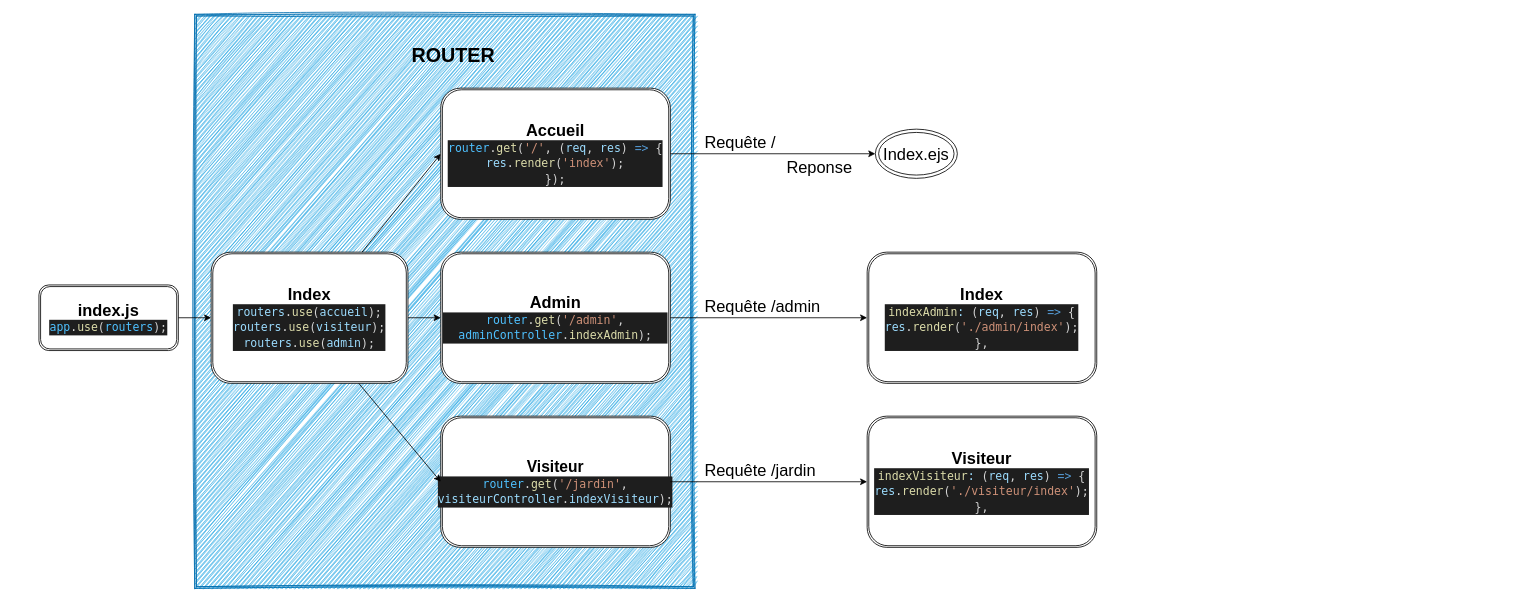
The draw.io diagram SCHEMA/ROUTES.drawio in Loic-Dubrion/jardin, before the edit. Source tidied: cells renumbered, new cells numbered last; positions are measured from the earlier drawing's top-left corner, leaving out a move shared by most shapes. Both pictures are drawn from the tidied source at 82%, with x=0, y=0 at pixel (39, 14).
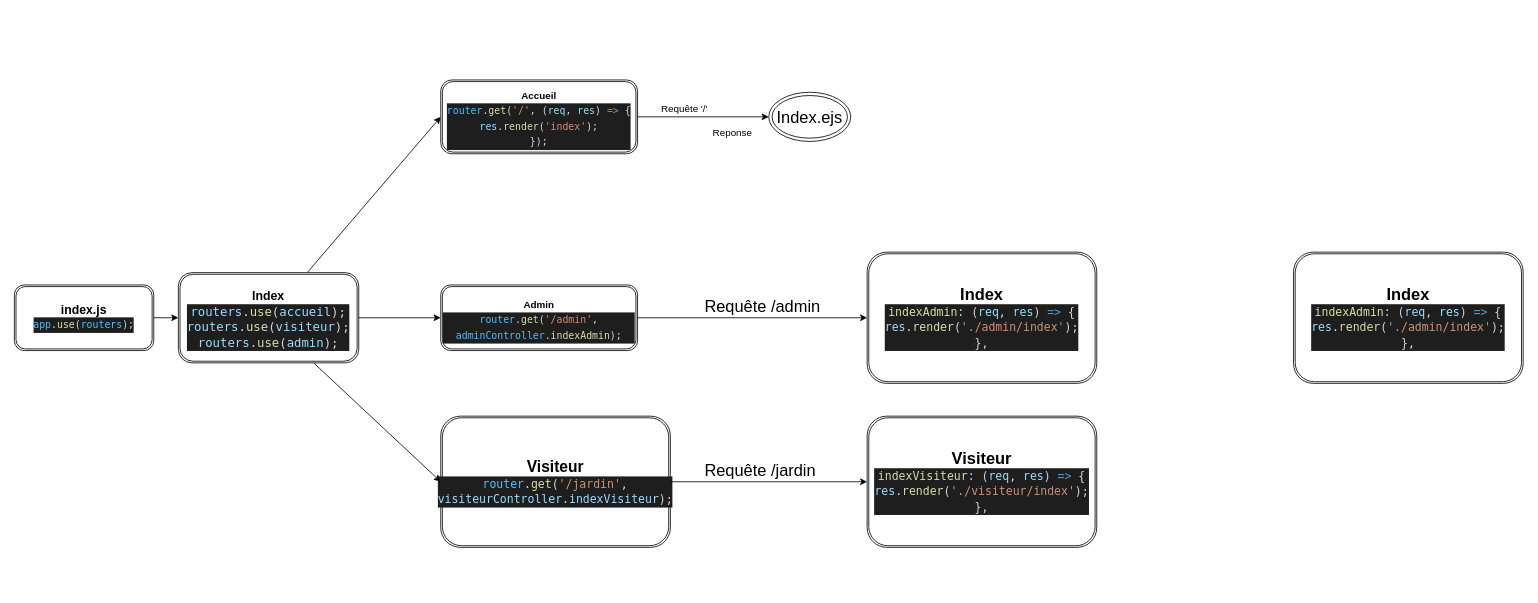
The same diagram, later.

Commit message (it also covers changes not shown here):
premières routes

What changed in the source:
```diff
@@
-    <mxCell id="2" style="shape=ext;double=1;rounded=0;whiteSpace=wrap;html=1;fontSize=19;fillColor=#1ba1e2;fontColor=#ffffff;strokeColor=#006EAF;sketch=1;curveFitting=1;jiggle=2;shadow=0;" parent="1" vertex="1">
-      <mxGeometry x="190" width="610" height="700" as="geometry" />
-    </mxCell>
-    <mxCell id="3" value="&lt;font size=&quot;1&quot; style=&quot;&quot;&gt;&lt;b style=&quot;font-size: 20px;&quot;&gt;index.js&lt;/b&gt;&lt;/font&gt;&lt;br&gt;&lt;div style=&quot;color: rgb(212, 212, 212); background-color: rgb(30, 30, 30); font-family: &amp;quot;Droid Sans Mono&amp;quot;, &amp;quot;monospace&amp;quot;, monospace; font-size: 14px; line-height: 19px;&quot;&gt;&lt;span style=&quot;color: #4fc1ff;&quot;&gt;app&lt;/span&gt;.&lt;span style=&quot;color: #dcdcaa;&quot;&gt;use&lt;/span&gt;(&lt;span style=&quot;color: #4fc1ff;&quot;&gt;routers&lt;/span&gt;);&lt;/div&gt;" style="shape=ext;double=1;rounded=1;whiteSpace=wrap;html=1;" parent="1" vertex="1">
-      <mxGeometry y="330" width="170" height="80" as="geometry" />
+    <mxCell id="3" value="&lt;font size=&quot;1&quot; style=&quot;&quot;&gt;&lt;b style=&quot;font-size: 15px;&quot;&gt;index.js&lt;/b&gt;&lt;/font&gt;&lt;br&gt;&lt;div style=&quot;color: rgb(212, 212, 212); background-color: rgb(30, 30, 30); font-family: &amp;quot;Droid Sans Mono&amp;quot;, &amp;quot;monospace&amp;quot;, monospace; line-height: 19px;&quot;&gt;&lt;span style=&quot;color: #4fc1ff;&quot;&gt;app&lt;/span&gt;.&lt;span style=&quot;color: #dcdcaa;&quot;&gt;use&lt;/span&gt;(&lt;span style=&quot;color: #4fc1ff;&quot;&gt;routers&lt;/span&gt;);&lt;/div&gt;" style="shape=ext;double=1;rounded=1;whiteSpace=wrap;html=1;" parent="1" vertex="1">
+      <mxGeometry x="-30" y="330" width="170" height="80" as="geometry" />
     </mxCell>
@@
-    <mxCell id="5" value="&lt;b&gt;Index&lt;br&gt;&lt;/b&gt;&lt;div style=&quot;color: rgb(212, 212, 212); background-color: rgb(30, 30, 30); font-family: &amp;quot;Droid Sans Mono&amp;quot;, &amp;quot;monospace&amp;quot;, monospace; font-size: 14px; line-height: 19px;&quot;&gt;&lt;div&gt;&lt;span style=&quot;color: #9cdcfe;&quot;&gt;routers&lt;/span&gt;.&lt;span style=&quot;color: #dcdcaa;&quot;&gt;use&lt;/span&gt;(&lt;span style=&quot;color: #9cdcfe;&quot;&gt;accueil&lt;/span&gt;);&lt;/div&gt;&lt;div&gt;&lt;span style=&quot;color: #9cdcfe;&quot;&gt;routers&lt;/span&gt;.&lt;span style=&quot;color: #dcdcaa;&quot;&gt;use&lt;/span&gt;(&lt;span style=&quot;color: #9cdcfe;&quot;&gt;visiteur&lt;/span&gt;);&lt;/div&gt;&lt;div&gt;&lt;span style=&quot;color: #9cdcfe;&quot;&gt;routers&lt;/span&gt;.&lt;span style=&quot;color: #dcdcaa;&quot;&gt;use&lt;/span&gt;(&lt;span style=&quot;color: #9cdcfe;&quot;&gt;admin&lt;/span&gt;);&lt;/div&gt;&lt;/div&gt;" style="shape=ext;double=1;rounded=1;whiteSpace=wrap;html=1;fontSize=20;" parent="1" vertex="1">
-      <mxGeometry x="210" y="290" width="240" height="160" as="geometry" />
+    <mxCell id="5" value="&lt;b style=&quot;font-size: 15px;&quot;&gt;&lt;font style=&quot;font-size: 15px;&quot;&gt;Index&lt;br&gt;&lt;/font&gt;&lt;/b&gt;&lt;div style=&quot;color: rgb(212, 212, 212); background-color: rgb(30, 30, 30); font-family: &amp;quot;Droid Sans Mono&amp;quot;, &amp;quot;monospace&amp;quot;, monospace; line-height: 19px; font-size: 15px;&quot;&gt;&lt;div style=&quot;&quot;&gt;&lt;font style=&quot;font-size: 15px;&quot;&gt;&lt;span style=&quot;color: #9cdcfe;&quot;&gt;routers&lt;/span&gt;.&lt;span style=&quot;color: #dcdcaa;&quot;&gt;use&lt;/span&gt;(&lt;span style=&quot;color: #9cdcfe;&quot;&gt;accueil&lt;/span&gt;);&lt;/font&gt;&lt;/div&gt;&lt;div style=&quot;&quot;&gt;&lt;font style=&quot;font-size: 15px;&quot;&gt;&lt;span style=&quot;color: #9cdcfe;&quot;&gt;routers&lt;/span&gt;.&lt;span style=&quot;color: #dcdcaa;&quot;&gt;use&lt;/span&gt;(&lt;span style=&quot;color: #9cdcfe;&quot;&gt;visiteur&lt;/span&gt;);&lt;/font&gt;&lt;/div&gt;&lt;div style=&quot;&quot;&gt;&lt;font style=&quot;font-size: 15px;&quot;&gt;&lt;span style=&quot;color: rgb(156, 220, 254);&quot;&gt;routers&lt;/span&gt;.&lt;span style=&quot;color: rgb(220, 220, 170);&quot;&gt;use&lt;/span&gt;(&lt;span style=&quot;color: rgb(156, 220, 254);&quot;&gt;admin&lt;/span&gt;);&lt;/font&gt;&lt;/div&gt;&lt;/div&gt;" style="shape=ext;double=1;rounded=1;whiteSpace=wrap;html=1;fontSize=20;" parent="1" vertex="1">
+      <mxGeometry x="170" y="315" width="220" height="110" as="geometry" />
     </mxCell>
-    <mxCell id="6" value="&lt;b&gt;Accueil&lt;br&gt;&lt;/b&gt;&lt;div style=&quot;color: rgb(212, 212, 212); background-color: rgb(30, 30, 30); font-family: &amp;quot;Droid Sans Mono&amp;quot;, &amp;quot;monospace&amp;quot;, monospace; font-size: 14px; line-height: 19px;&quot;&gt;&lt;div style=&quot;line-height: 19px;&quot;&gt;&lt;div&gt;&lt;span style=&quot;color: #4fc1ff;&quot;&gt;router&lt;/span&gt;.&lt;span style=&quot;color: #dcdcaa;&quot;&gt;get&lt;/span&gt;(&lt;span style=&quot;color: #ce9178;&quot;&gt;'/'&lt;/span&gt;, (&lt;span style=&quot;color: #9cdcfe;&quot;&gt;req&lt;/span&gt;, &lt;span style=&quot;color: #9cdcfe;&quot;&gt;res&lt;/span&gt;) &lt;span style=&quot;color: #569cd6;&quot;&gt;=&amp;gt;&lt;/span&gt; {&lt;/div&gt;&lt;div&gt;  &lt;span style=&quot;color: #9cdcfe;&quot;&gt;res&lt;/span&gt;.&lt;span style=&quot;color: #dcdcaa;&quot;&gt;render&lt;/span&gt;(&lt;span style=&quot;color: #ce9178;&quot;&gt;'index'&lt;/span&gt;);&lt;/div&gt;&lt;div&gt;  });&lt;/div&gt;&lt;/div&gt;&lt;/div&gt;" style="shape=ext;double=1;rounded=1;whiteSpace=wrap;html=1;fontSize=20;" parent="1" vertex="1">
-      <mxGeometry x="490" y="90" width="280" height="160" as="geometry" />
+    <mxCell id="6" value="&lt;b style=&quot;font-size: 12px;&quot;&gt;&lt;font style=&quot;font-size: 12px;&quot;&gt;Accueil&lt;br&gt;&lt;/font&gt;&lt;/b&gt;&lt;div style=&quot;color: rgb(212, 212, 212); background-color: rgb(30, 30, 30); font-family: &amp;quot;Droid Sans Mono&amp;quot;, &amp;quot;monospace&amp;quot;, monospace; line-height: 19px; font-size: 12px;&quot;&gt;&lt;div style=&quot;line-height: 19px;&quot;&gt;&lt;div style=&quot;&quot;&gt;&lt;font style=&quot;font-size: 12px;&quot;&gt;&lt;span style=&quot;color: #4fc1ff;&quot;&gt;router&lt;/span&gt;.&lt;span style=&quot;color: #dcdcaa;&quot;&gt;get&lt;/span&gt;(&lt;span style=&quot;color: #ce9178;&quot;&gt;'/'&lt;/span&gt;, (&lt;span style=&quot;color: #9cdcfe;&quot;&gt;req&lt;/span&gt;, &lt;span style=&quot;color: #9cdcfe;&quot;&gt;res&lt;/span&gt;) &lt;span style=&quot;color: #569cd6;&quot;&gt;=&amp;gt;&lt;/span&gt; {&lt;/font&gt;&lt;/div&gt;&lt;div style=&quot;&quot;&gt;  &lt;font style=&quot;font-size: 12px;&quot;&gt;&lt;span style=&quot;color: #9cdcfe;&quot;&gt;res&lt;/span&gt;.&lt;span style=&quot;color: #dcdcaa;&quot;&gt;render&lt;/span&gt;(&lt;span style=&quot;color: #ce9178;&quot;&gt;'index'&lt;/span&gt;);&lt;/font&gt;&lt;/div&gt;&lt;div style=&quot;&quot;&gt;&lt;font style=&quot;font-size: 12px;&quot;&gt;  });&lt;/font&gt;&lt;/div&gt;&lt;/div&gt;&lt;/div&gt;" style="shape=ext;double=1;rounded=1;whiteSpace=wrap;html=1;fontSize=20;" parent="1" vertex="1">
+      <mxGeometry x="490" y="80" width="240" height="90" as="geometry" />
     </mxCell>
     <mxCell id="7" value="Index.ejs" style="ellipse;shape=doubleEllipse;whiteSpace=wrap;html=1;fontSize=20;" parent="1" vertex="1">
-      <mxGeometry x="1020" y="140" width="100" height="60" as="geometry" />
+      <mxGeometry x="890" y="95" width="100" height="60" as="geometry" />
     </mxCell>
-    <mxCell id="8" style="endArrow=classic;html=1;fontSize=20;entryX=0;entryY=0.5;entryDx=0;entryDy=0;" parent="1" edge="1" target="7">
-      <mxGeometry relative="1" as="geometry">
-        <mxPoint x="770" y="170" as="sourcePoint" />
-      </mxGeometry>
+    <mxCell id="8" style="endArrow=classic;html=1;fontSize=20;entryX=0;entryY=0.5;entryDx=0;entryDy=0;exitX=1;exitY=0.5;exitDx=0;exitDy=0;" parent="1" edge="1" source="6" target="7">
+      <mxGeometry relative="1" as="geometry" />
     </mxCell>
-    <mxCell id="9" value="Requête /" style="edgeLabel;html=1;align=left;verticalAlign=bottom;fontSize=20;" parent="8" vertex="1">
+    <mxCell id="9" value="&lt;font style=&quot;font-size: 12px;&quot;&gt;Requête '/'&lt;/font&gt;" style="edgeLabel;html=1;align=left;verticalAlign=bottom;fontSize=20;" parent="8" vertex="1">
       <mxGeometry x="-1" relative="1" as="geometry">
-        <mxPoint x="40" as="offset" />
+        <mxPoint x="27" as="offset" />
       </mxGeometry>
     </mxCell>
-    <mxCell id="10" value="&lt;b&gt;Admin&lt;br&gt;&lt;/b&gt;&lt;div style=&quot;color: rgb(212, 212, 212); background-color: rgb(30, 30, 30); font-family: &amp;quot;Droid Sans Mono&amp;quot;, &amp;quot;monospace&amp;quot;, monospace; font-size: 14px; line-height: 19px;&quot;&gt;&lt;div style=&quot;line-height: 19px;&quot;&gt;&lt;div style=&quot;line-height: 19px;&quot;&gt;&lt;span style=&quot;color: #4fc1ff;&quot;&gt;router&lt;/span&gt;.&lt;span style=&quot;color: #dcdcaa;&quot;&gt;get&lt;/span&gt;(&lt;span style=&quot;color: #ce9178;&quot;&gt;'/admin'&lt;/span&gt;, &lt;span style=&quot;color: #4fc1ff;&quot;&gt;adminController&lt;/span&gt;.&lt;span style=&quot;color: #dcdcaa;&quot;&gt;indexAdmin&lt;/span&gt;);&lt;/div&gt;&lt;/div&gt;&lt;/div&gt;" style="shape=ext;double=1;rounded=1;whiteSpace=wrap;html=1;fontSize=20;" parent="1" vertex="1">
-      <mxGeometry x="490" y="290" width="280" height="160" as="geometry" />
+    <mxCell id="10" value="&lt;b style=&quot;font-size: 12px;&quot;&gt;&lt;font style=&quot;font-size: 12px;&quot;&gt;Admin&lt;br&gt;&lt;/font&gt;&lt;/b&gt;&lt;div style=&quot;color: rgb(212, 212, 212); background-color: rgb(30, 30, 30); font-family: &amp;quot;Droid Sans Mono&amp;quot;, &amp;quot;monospace&amp;quot;, monospace; line-height: 19px; font-size: 12px;&quot;&gt;&lt;div style=&quot;line-height: 19px;&quot;&gt;&lt;div style=&quot;line-height: 19px;&quot;&gt;&lt;font style=&quot;font-size: 12px;&quot;&gt;&lt;span style=&quot;color: rgb(79, 193, 255);&quot;&gt;router&lt;/span&gt;.&lt;span style=&quot;color: rgb(220, 220, 170);&quot;&gt;get&lt;/span&gt;(&lt;span style=&quot;color: rgb(206, 145, 120);&quot;&gt;'/admin'&lt;/span&gt;, &lt;span style=&quot;color: rgb(79, 193, 255);&quot;&gt;adminController&lt;/span&gt;.&lt;span style=&quot;color: rgb(220, 220, 170);&quot;&gt;indexAdmin&lt;/span&gt;);&lt;/font&gt;&lt;/div&gt;&lt;/div&gt;&lt;/div&gt;" style="shape=ext;double=1;rounded=1;whiteSpace=wrap;html=1;fontSize=20;" parent="1" vertex="1">
+      <mxGeometry x="490" y="330" width="240" height="80" as="geometry" />
     </mxCell>
@@
-    <mxCell id="15" value="ROUTER" style="text;strokeColor=none;fillColor=none;html=1;fontSize=24;fontStyle=1;verticalAlign=middle;align=center;" parent="1" vertex="1">
-      <mxGeometry x="320" y="20" width="370" height="60" as="geometry" />
-    </mxCell>
-    <mxCell id="16" value="Reponse" style="edgeLabel;html=1;align=left;verticalAlign=bottom;fontSize=20;" parent="1" vertex="1">
-      <mxGeometry x="910" y="200" as="geometry" />
+    <mxCell id="16" value="&lt;font style=&quot;font-size: 12px;&quot;&gt;Reponse&lt;/font&gt;" style="edgeLabel;html=1;align=left;verticalAlign=bottom;fontSize=20;" parent="1" vertex="1">
+      <mxGeometry x="820" y="155" as="geometry" />
     </mxCell>
@@
+    <mxCell id="23" value="&lt;b&gt;Index&lt;br&gt;&lt;/b&gt;&lt;div style=&quot;color: rgb(212, 212, 212); background-color: rgb(30, 30, 30); font-family: &amp;quot;Droid Sans Mono&amp;quot;, &amp;quot;monospace&amp;quot;, monospace; font-size: 14px; line-height: 19px;&quot;&gt;&lt;div style=&quot;line-height: 19px;&quot;&gt;&lt;div style=&quot;line-height: 19px;&quot;&gt;&lt;div style=&quot;line-height: 19px;&quot;&gt;&lt;div&gt;  &lt;span style=&quot;color: #dcdcaa;&quot;&gt;indexAdmin&lt;/span&gt;&lt;span style=&quot;color: #9cdcfe;&quot;&gt;:&lt;/span&gt; (&lt;span style=&quot;color: #9cdcfe;&quot;&gt;req&lt;/span&gt;, &lt;span style=&quot;color: #9cdcfe;&quot;&gt;res&lt;/span&gt;) &lt;span style=&quot;color: #569cd6;&quot;&gt;=&amp;gt;&lt;/span&gt; {&lt;/div&gt;&lt;div&gt;    &lt;span style=&quot;color: #9cdcfe;&quot;&gt;res&lt;/span&gt;.&lt;span style=&quot;color: #dcdcaa;&quot;&gt;render&lt;/span&gt;(&lt;span style=&quot;color: #ce9178;&quot;&gt;'./admin/index'&lt;/span&gt;);&lt;/div&gt;&lt;div&gt;  },&lt;/div&gt;&lt;/div&gt;&lt;/div&gt;&lt;/div&gt;&lt;/div&gt;" style="shape=ext;double=1;rounded=1;whiteSpace=wrap;html=1;fontSize=20;" parent="1" vertex="1">
+      <mxGeometry x="1530" y="290" width="280" height="160" as="geometry" />
+    </mxCell>
```
